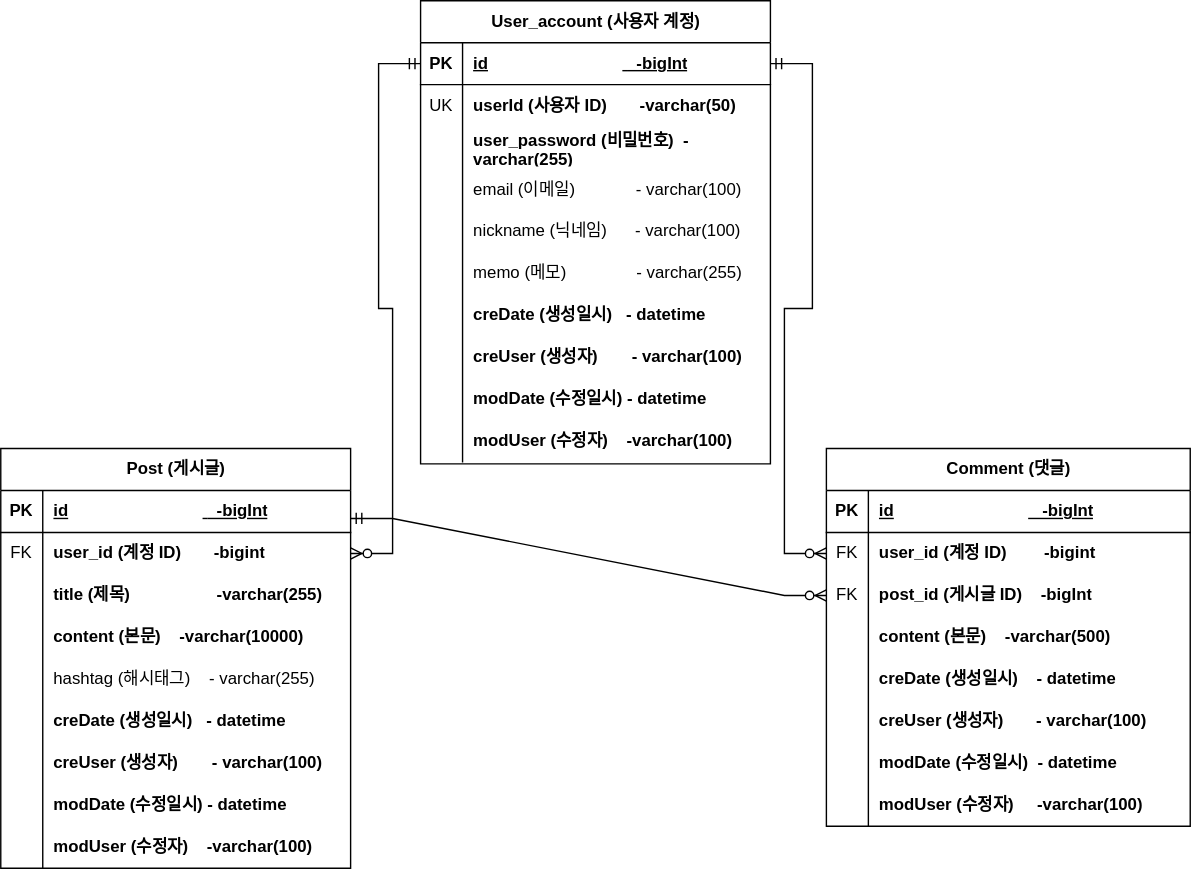
Before: document/mh-project-erd.svg, a diagram exported from draw.io (MHLEE12/mh-project). Source tidied: cells renumbered, new cells last; positions are measured from the earlier drawing's top-left corner, leaving out a move shared by most shapes.
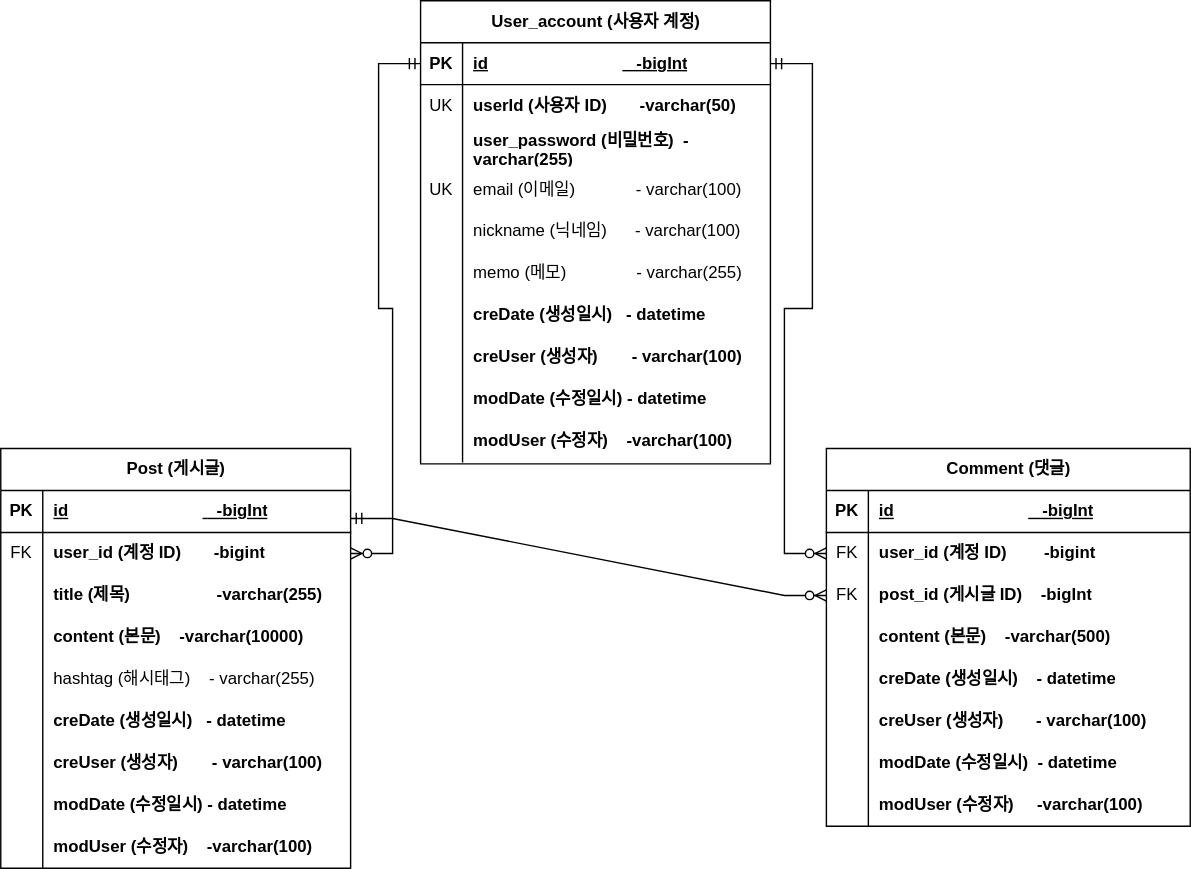
After the change.

Change to the diagram source:
```diff
@@ -199,10 +199,10 @@
     <mxCell id="66" style="shape=tableRow;horizontal=0;startSize=0;swimlaneHead=0;swimlaneBody=0;fillColor=none;top=0;left=0;right=0;bottom=0;" parent="56" vertex="1">
       <mxGeometry y="120" width="250" height="30" as="geometry" />
     </mxCell>
-    <mxCell id="67" style="shape=partialRectangle;fillColor=none;top=0;left=0;bottom=0;right=0;overflow=hidden;whiteSpace=wrap;html=1;" parent="66" vertex="1">
+    <mxCell id="67" value="UK" style="shape=partialRectangle;fillColor=none;top=0;left=0;bottom=0;right=0;overflow=hidden;whiteSpace=wrap;html=1;" parent="66" vertex="1">
       <mxGeometry width="30" height="30" as="geometry" />
     </mxCell>
-    <mxCell id="68" value="email (이메일)&amp;nbsp; &amp;nbsp; &amp;nbsp; &amp;nbsp; &amp;nbsp; &amp;nbsp; &amp;nbsp;- varchar(100)" style="shape=partialRectangle;fillColor=none;top=0;left=0;bottom=0;right=0;align=left;spacingLeft=6;overflow=hidden;whiteSpace=wrap;html=1;" parent="66" vertex="1">
+    <mxCell id="68" value="email (이메일)&amp;nbsp; &amp;nbsp; &amp;nbsp; &amp;nbsp; &amp;nbsp; &amp;nbsp; &amp;nbsp;- varchar(100)" style="shape=partialRectangle;fillColor=none;top=0;left=0;bottom=0;right=0;align=left;spacingLeft=6;overflow=hidden;whiteSpace=wrap;html=1;fontStyle=0;" parent="66" vertex="1">
       <mxGeometry x="30" width="220" height="30" as="geometry" />
     </mxCell>
     <mxCell id="69" style="shape=tableRow;horizontal=0;startSize=0;swimlaneHead=0;swimlaneBody=0;fillColor=none;top=0;left=0;right=0;bottom=0;" parent="56" vertex="1">
```
